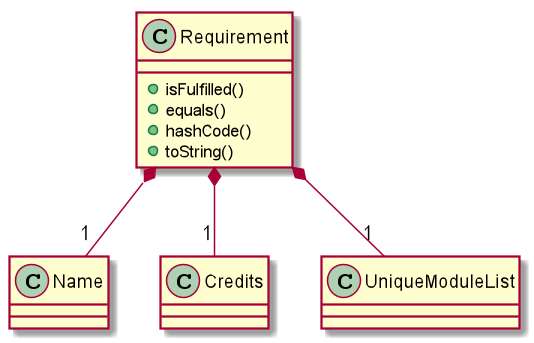
Before: docs/images/developer-guide/RequirementClassDiagram.png, a diagram exported from PlantUML (yjskrs/main).
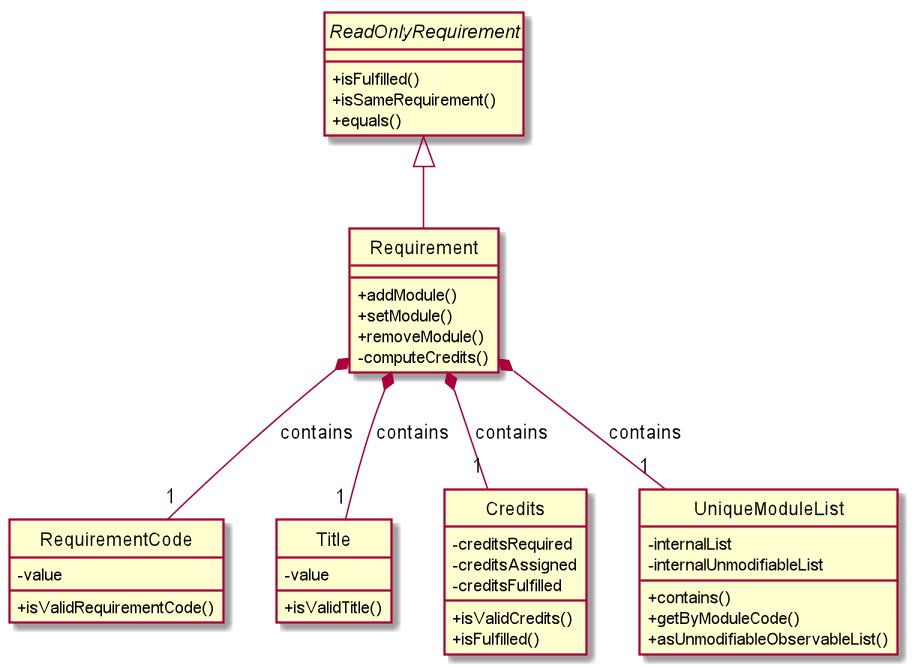
After the change.

Change to the diagram source:
```diff
@@ -1,15 +1,49 @@
 @startuml
+hide circle
+skinparam classAttributeIconSize 0
+
+interface ReadOnlyRequirement {
+    +isFulfilled()
+    +isSameRequirement()
+    +equals()
+}
+
 class Requirement {
+    +addModule()
+    +setModule()
+    +removeModule()
+    -computeCredits()
+}
+
+class RequirementCode {
+    -value
+    +isValidRequirementCode()
+}
+
+class Title {
+    -value
+    +isValidTitle()
+}
+
+class Credits {
+    -creditsRequired
+    -creditsAssigned
+    -creditsFulfilled
+    +isValidCredits()
     +isFulfilled()
-    +equals()
-    +hashCode()
-    +toString()
 }
-class Name {}
-class Credits {}
-class UniqueModuleList {}
 
-Requirement *-- "1" Name
-Requirement *-- "1" Credits
-Requirement *-- "1" UniqueModuleList
+class UniqueModuleList {
+    -internalList
+    -internalUnmodifiableList
+    +contains()
+    +getByModuleCode()
+    +asUnmodifiableObservableList()
+}
+
+ReadOnlyRequirement <|-- Requirement
+Requirement *-- "1" RequirementCode : contains
+Requirement *-- "1" Title : contains
+Requirement *-- "1" Credits : contains
+Requirement *-- "1" UniqueModuleList : contains
 @enduml
```
